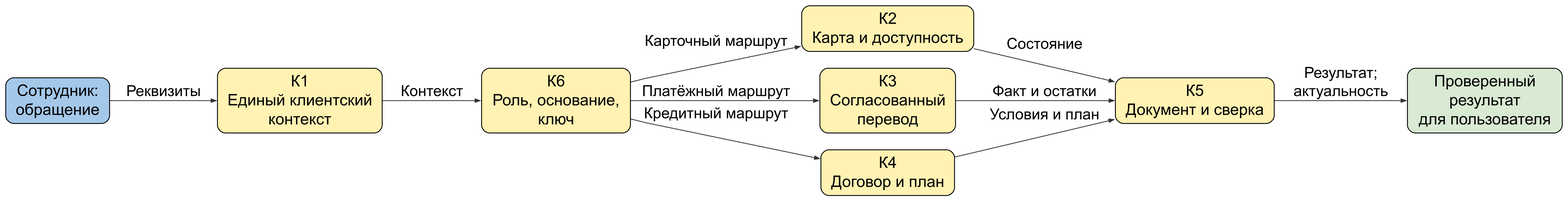
This is figures/G2_functioning.png from qwertyvich/IT-project, a Graphviz export, as it was before one commit. Its source is kept beside it as figures/G2_functioning.dot. Its diagram source:
```dot
digraph G2_functioning {
graph [rankdir=LR, bgcolor="white", pad=.12, nodesep=.35, ranksep=.65, splines=polyline, outputorder=edgesfirst];
node [fontname="Arial", fontsize=24, margin=".12,.08", penwidth=1.3];
edge [fontname="Arial", fontsize=23, color="#333333", penwidth=1.2, arrowsize=.75];
"e" [label="Сотрудник:\nобращение", shape="box", style="rounded,filled", fillcolor="#A4C8EA", width="2.181"];
"ctx" [label="К1\nЕдиный клиентский\nконтекст", shape="box", style="rounded,filled", fillcolor="#FFF2B2", width="3.458"];
"trust" [label="К6\nРоль, основание,\nключ", shape="box", style="rounded,filled", fillcolor="#FFF2B2", width="3.125"];
"card" [label="К2\nКарта и доступность", shape="box", style="rounded,filled", fillcolor="#FFF2B2", width="3.611"];
"tr" [label="К3\nСогласованный\nперевод", shape="box", style="rounded,filled", fillcolor="#FFF2B2", width="2.847"];
"loan" [label="К4\nДоговор и план", shape="box", style="rounded,filled", fillcolor="#FFF2B2", width="2.805"];
"control" [label="К5\nДокумент и сверка", shape="box", style="rounded,filled", fillcolor="#FFF2B2", width="3.334"];
"done" [label="Проверенный\nрезультат\nдля пользователя", shape="box", style="rounded,filled", fillcolor="#D9EAD3", width="3.249"];
e -> ctx [label="Реквизиты"];
ctx -> trust [label="Контекст"];
trust -> card [label="Карточный маршрут"];
trust -> tr [label="Платёжный маршрут"];
trust -> loan [label="Кредитный маршрут"];
card -> control [label="Состояние"];
tr -> control [label="Факт и остатки"];
loan -> control [label="Условия и план"];
control -> done [label="Результат;\nактуальность"];
}
```
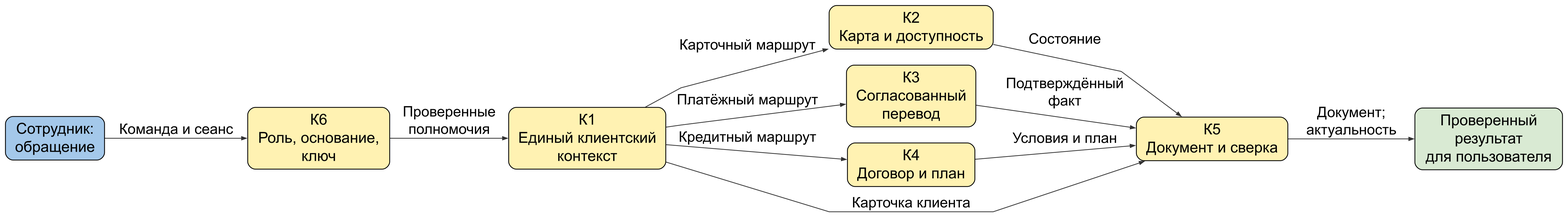
After the commit.

What changed in the source:
```diff
@@ -10,13 +10,14 @@
 "loan" [label="К4\nДоговор и план", shape="box", style="rounded,filled", fillcolor="#FFF2B2", width="2.805"];
 "control" [label="К5\nДокумент и сверка", shape="box", style="rounded,filled", fillcolor="#FFF2B2", width="3.334"];
 "done" [label="Проверенный\nрезультат\nдля пользователя", shape="box", style="rounded,filled", fillcolor="#D9EAD3", width="3.249"];
-e -> ctx [label="Реквизиты"];
-ctx -> trust [label="Контекст"];
-trust -> card [label="Карточный маршрут"];
-trust -> tr [label="Платёжный маршрут"];
-trust -> loan [label="Кредитный маршрут"];
+e -> trust [label="Команда и сеанс"];
+trust -> ctx [label="Проверенные\nполномочия"];
+ctx -> card [label="Карточный маршрут"];
+ctx -> tr [label="Платёжный маршрут"];
+ctx -> loan [label="Кредитный маршрут"];
+ctx -> control [label="Карточка клиента"];
 card -> control [label="Состояние"];
-tr -> control [label="Факт и остатки"];
+tr -> control [label="Подтверждённый\nфакт"];
 loan -> control [label="Условия и план"];
-control -> done [label="Результат;\nактуальность"];
+control -> done [label="Документ;\nактуальность"];
 }
```
